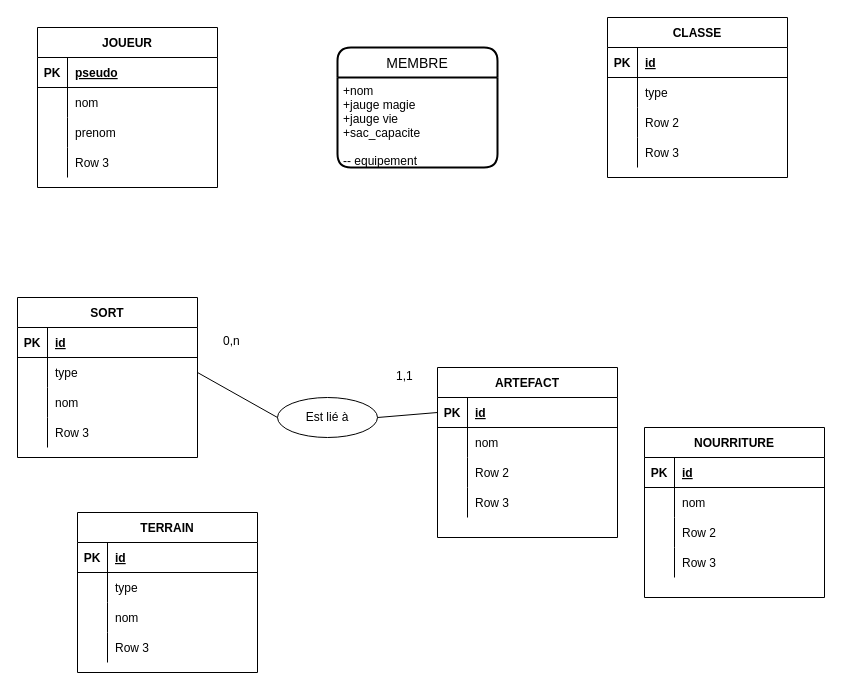
Above: Untitled Diagram.drawio in aurao22/projet_magicien (draw.io), before the change. Source tidied: cells renumbered, new cells numbered last; positions are measured from the earlier drawing's top-left corner, leaving out a move shared by most shapes. Both pictures are drawn from the tidied source at 100%, with x=0, y=0 at pixel (17, 17).
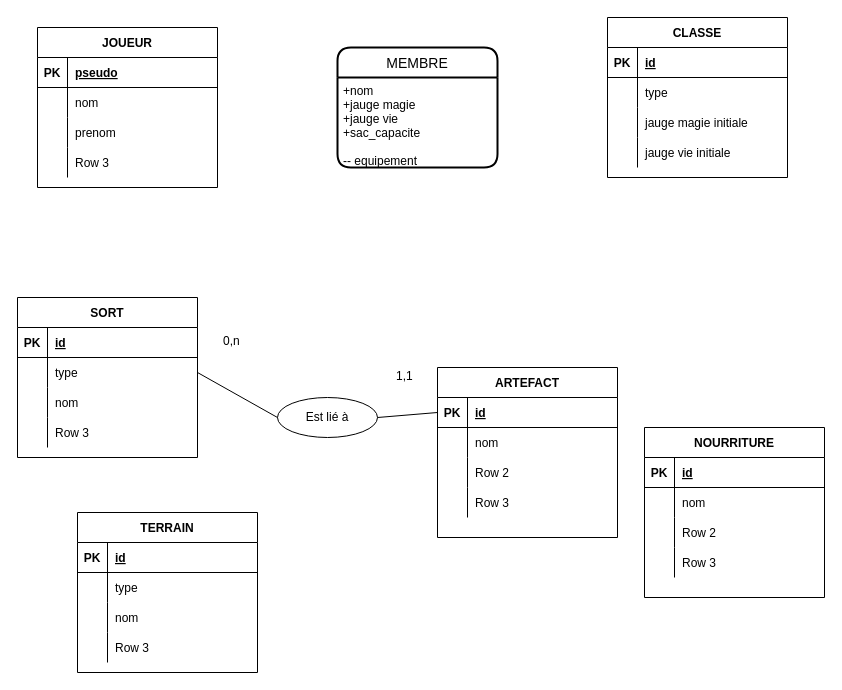
Above is the later version.

Unchanged cells that the change refers to:
```xml
<mxCell id="22" style="shape=tableRow;horizontal=0;startSize=0;swimlaneHead=0;swimlaneBody=0;fillColor=none;top=0;left=0;right=0;bottom=0;" parent="15" vertex="1">
  <mxGeometry y="90" width="180" height="30" as="geometry" />
</mxCell>
<mxCell id="25" style="shape=tableRow;horizontal=0;startSize=0;swimlaneHead=0;swimlaneBody=0;fillColor=none;top=0;left=0;right=0;bottom=0;" parent="15" vertex="1">
  <mxGeometry y="120" width="180" height="30" as="geometry" />
</mxCell>
```

The edit, as a diff of the source:
```diff
@@
-    <mxCell id="24" value="Row 2" style="shape=partialRectangle;fillColor=none;top=0;left=0;bottom=0;right=0;align=left;spacingLeft=6;overflow=hidden;" parent="22" vertex="1">
+    <mxCell id="24" value="jauge magie initiale" style="shape=partialRectangle;fillColor=none;top=0;left=0;bottom=0;right=0;align=left;spacingLeft=6;overflow=hidden;" parent="22" vertex="1">
       <mxGeometry x="30" width="150" height="30" as="geometry" />
     </mxCell>
@@
-    <mxCell id="27" value="Row 3" style="shape=partialRectangle;fillColor=none;top=0;left=0;bottom=0;right=0;align=left;spacingLeft=6;overflow=hidden;" parent="25" vertex="1">
+    <mxCell id="27" value="jauge vie initiale" style="shape=partialRectangle;fillColor=none;top=0;left=0;bottom=0;right=0;align=left;spacingLeft=6;overflow=hidden;" parent="25" vertex="1">
       <mxGeometry x="30" width="150" height="30" as="geometry" />
     </mxCell>
```
